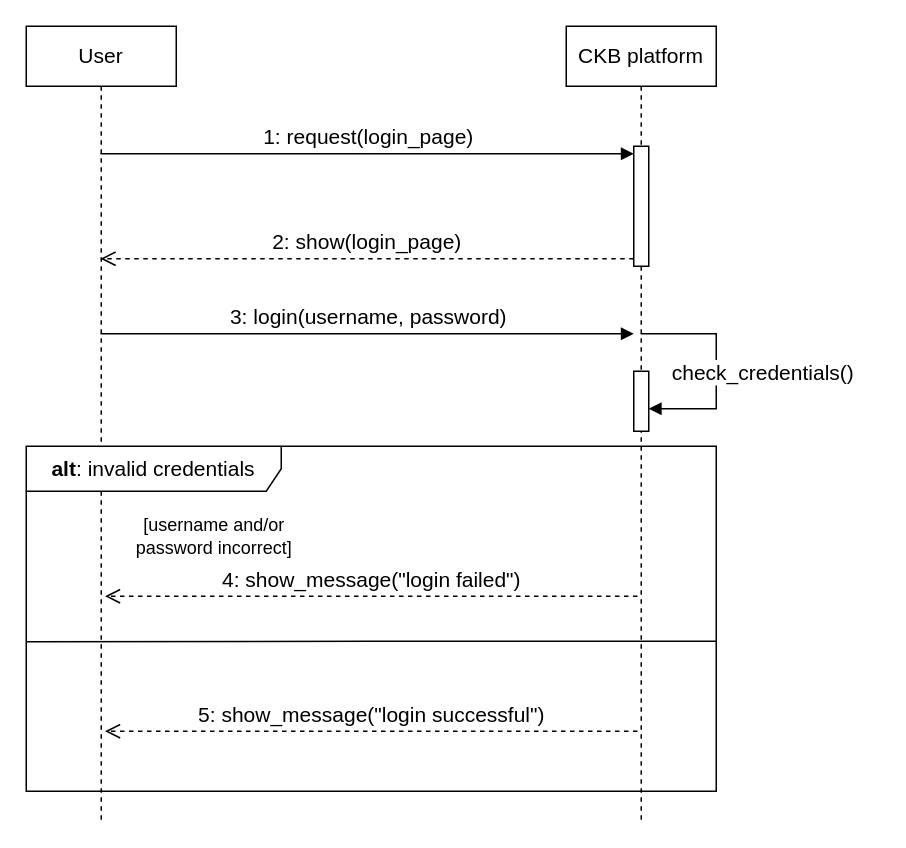
Earlier version of the draw.io diagram page "Log in" (2 of 19) of diagrams/sequence diagrams/sequence_diagrams.drawio (mttcrn/software-engineering-II-project). Source tidied: cells renumbered, new cells numbered last; positions are measured from the earlier drawing's top-left corner, leaving out a move shared by most shapes. Both pictures are drawn from the tidied source at 150%, with x=0, y=0 at pixel (26, 26).
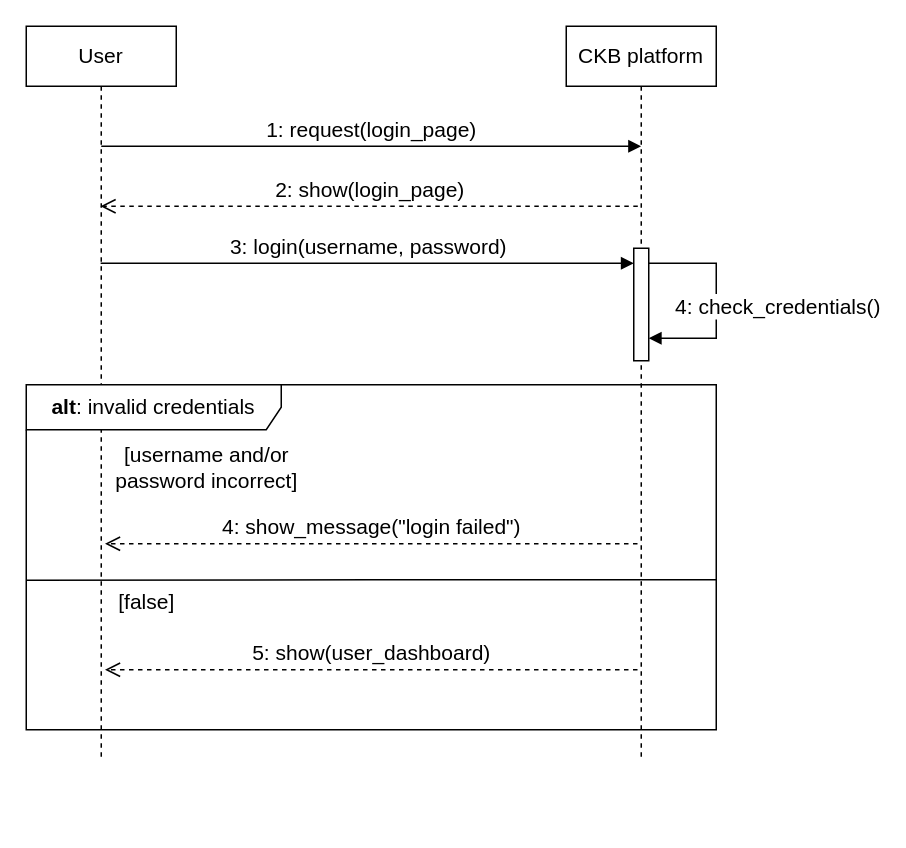
Above is the later version.

What changed in the source:
```diff
@@
     <mxCell id="2" value="User" style="shape=umlLifeline;perimeter=lifelinePerimeter;whiteSpace=wrap;html=1;outlineConnect=0;portConstraint=eastwest;newEdgeStyle={&quot;edgeStyle&quot;:&quot;elbowEdgeStyle&quot;,&quot;elbow&quot;:&quot;vertical&quot;,&quot;curved&quot;:0,&quot;rounded&quot;:0};fontSize=14;" parent="1" vertex="1">
-      <mxGeometry width="100" height="530" as="geometry" />
+      <mxGeometry width="100" height="490" as="geometry" />
     </mxCell>
     <mxCell id="3" value="CKB platform" style="shape=umlLifeline;perimeter=lifelinePerimeter;whiteSpace=wrap;html=1;newEdgeStyle={&quot;edgeStyle&quot;:&quot;elbowEdgeStyle&quot;,&quot;elbow&quot;:&quot;vertical&quot;,&quot;curved&quot;:0,&quot;rounded&quot;:0};fontSize=14;" parent="1" vertex="1">
-      <mxGeometry x="360" width="100" height="530" as="geometry" />
+      <mxGeometry x="360" width="100" height="490" as="geometry" />
     </mxCell>
-    <mxCell id="4" style="html=1;points=[[0,0,0,0,5],[0,1,0,0,-5],[1,0,0,0,5],[1,1,0,0,-5]];perimeter=orthogonalPerimeter;outlineConnect=0;targetShapes=umlLifeline;portConstraint=eastwest;newEdgeStyle={&quot;curved&quot;:0,&quot;rounded&quot;:0};fontSize=14;" parent="3" vertex="1">
-      <mxGeometry x="45" y="80" width="10" height="80" as="geometry" />
-    </mxCell>
     <mxCell id="5" style="html=1;points=[[0,0,0,0,5],[0,1,0,0,-5],[1,0,0,0,5],[1,1,0,0,-5]];perimeter=orthogonalPerimeter;outlineConnect=0;targetShapes=umlLifeline;portConstraint=eastwest;newEdgeStyle={&quot;curved&quot;:0,&quot;rounded&quot;:0};fontSize=14;" parent="3" vertex="1">
-      <mxGeometry x="45" y="230" width="10" height="40" as="geometry" />
+      <mxGeometry x="45" y="148" width="10" height="75" as="geometry" />
     </mxCell>
-    <mxCell id="6" style="html=1;align=left;spacingLeft=2;endArrow=block;rounded=0;edgeStyle=orthogonalEdgeStyle;curved=0;rounded=0;fontSize=14;" parent="3" edge="1">
+    <mxCell id="6" style="html=1;align=left;spacingLeft=2;endArrow=block;rounded=0;edgeStyle=orthogonalEdgeStyle;curved=0;rounded=0;fontSize=14;" parent="3" edge="1" source="5">
       <mxGeometry relative="1" as="geometry">
-        <mxPoint x="49.6" y="205" as="sourcePoint" />
-        <mxPoint x="55" y="255" as="targetPoint" />
+        <mxPoint x="55" y="208" as="targetPoint" />
         <Array as="points">
-          <mxPoint x="100" y="205" />
-          <mxPoint x="100" y="255" />
+          <mxPoint x="100" y="158" />
+          <mxPoint x="100" y="208" />
         </Array>
       </mxGeometry>
     </mxCell>
-    <mxCell id="7" value="check_credentials()" style="edgeLabel;html=1;align=center;verticalAlign=middle;fontSize=14;" parent="6" vertex="1">
+    <mxCell id="7" value="4: check_credentials()" style="edgeLabel;html=1;align=center;verticalAlign=middle;fontSize=14;" parent="6" vertex="1">
       <mxGeometry x="-0.04" y="2" relative="1" as="geometry">
-        <mxPoint x="28" y="6" as="offset" />
+        <mxPoint x="38" y="6" as="offset" />
       </mxGeometry>
     </mxCell>
+    <mxCell id="10" value="3: login(username, password)" style="html=1;verticalAlign=bottom;endArrow=block;curved=0;rounded=0;entryX=0;entryY=0;entryDx=0;entryDy=5;fontSize=14;" parent="3" edge="1">
+      <mxGeometry relative="1" as="geometry">
+        <mxPoint x="-310.4" y="158" as="sourcePoint" />
+        <mxPoint x="45" y="158" as="targetPoint" />
+      </mxGeometry>
+    </mxCell>
-    <mxCell id="8" value="1: request(login_page)" style="html=1;verticalAlign=bottom;endArrow=block;curved=0;rounded=0;entryX=0;entryY=0;entryDx=0;entryDy=5;fontSize=14;" parent="1" edge="1" source="2" target="4">
-      <mxGeometry relative="1" as="geometry" />
+    <mxCell id="8" value="1: request(login_page)" style="html=1;verticalAlign=bottom;endArrow=block;curved=0;rounded=0;fontSize=14;" parent="1" edge="1">
+      <mxGeometry relative="1" as="geometry">
+        <mxPoint x="50" y="80" as="sourcePoint" />
+        <mxPoint x="409.9" y="80" as="targetPoint" />
+      </mxGeometry>
     </mxCell>
-    <mxCell id="9" value="2: show(login_page)" style="html=1;verticalAlign=bottom;endArrow=open;dashed=1;endSize=8;curved=0;rounded=0;exitX=0;exitY=1;exitDx=0;exitDy=-5;fontSize=14;" parent="1" edge="1" source="4" target="2">
-      <mxGeometry relative="1" as="geometry" />
+    <mxCell id="9" value="2: show(login_page)" style="html=1;verticalAlign=bottom;endArrow=open;dashed=1;endSize=8;curved=0;rounded=0;exitX=0;exitY=1;exitDx=0;exitDy=-5;fontSize=14;" parent="1" edge="1" target="2">
+      <mxGeometry relative="1" as="geometry">
+        <mxPoint x="407.7" y="120" as="sourcePoint" />
+      </mxGeometry>
     </mxCell>
-    <mxCell id="10" value="3: login(username, password)" style="html=1;verticalAlign=bottom;endArrow=block;curved=0;rounded=0;entryX=0;entryY=0;entryDx=0;entryDy=5;fontSize=14;" parent="1" edge="1" source="2">
-      <mxGeometry relative="1" as="geometry">
-        <mxPoint x="405" y="205" as="targetPoint" />
-      </mxGeometry>
-    </mxCell>
     <mxCell id="11" value="4: show_message(&quot;login failed&quot;)" style="html=1;verticalAlign=bottom;endArrow=open;dashed=1;endSize=8;curved=0;rounded=0;exitX=0;exitY=1;exitDx=0;exitDy=-5;fontSize=14;" parent="1" edge="1">
       <mxGeometry relative="1" as="geometry">
-        <mxPoint x="407.5" y="380" as="sourcePoint" />
-        <mxPoint x="52.5" y="380" as="targetPoint" />
+        <mxPoint x="407.5" y="345" as="sourcePoint" />
+        <mxPoint x="52.5" y="345" as="targetPoint" />
       </mxGeometry>
     </mxCell>
-    <mxCell id="12" value="[username and/or &lt;br&gt;password incorrect]" style="text;html=1;align=center;verticalAlign=middle;strokeColor=none;fillColor=none;" parent="1" vertex="1">
-      <mxGeometry x="60" y="320" width="130" height="40" as="geometry" />
+    <mxCell id="12" value="&lt;font style=&quot;font-size: 14px;&quot;&gt;[username and/or &lt;br&gt;password incorrect]&lt;/font&gt;" style="text;html=1;align=center;verticalAlign=middle;strokeColor=none;fillColor=none;" parent="1" vertex="1">
+      <mxGeometry x="50" y="269" width="140" height="50" as="geometry" />
     </mxCell>
     <mxCell id="13" value="&lt;b style=&quot;font-size: 14px;&quot;&gt;alt&lt;/b&gt;: invalid credentials" style="shape=umlFrame;whiteSpace=wrap;html=1;width=170;height=30;fontSize=14;" parent="1" vertex="1">
-      <mxGeometry y="280" width="460" height="230" as="geometry" />
+      <mxGeometry y="239" width="460" height="230" as="geometry" />
     </mxCell>
     <mxCell id="14" style="endArrow=none;html=1;rounded=0;entryX=1;entryY=0.57;entryDx=0;entryDy=0;entryPerimeter=0;" parent="1" edge="1">
       <mxGeometry relative="1" as="geometry">
-        <mxPoint y="410.3" as="sourcePoint" />
-        <mxPoint x="460" y="410" as="targetPoint" />
+        <mxPoint y="369.3" as="sourcePoint" />
+        <mxPoint x="460" y="369" as="targetPoint" />
         <Array as="points">
-          <mxPoint x="230" y="410" />
+          <mxPoint x="230" y="369" />
         </Array>
       </mxGeometry>
     </mxCell>
-    <mxCell id="15" value="5: show_message(&quot;login successful&quot;)" style="html=1;verticalAlign=bottom;endArrow=open;dashed=1;endSize=8;curved=0;rounded=0;exitX=0;exitY=1;exitDx=0;exitDy=-5;fontSize=14;" parent="1" edge="1">
+    <mxCell id="15" value="5: show(user_dashboard)" style="html=1;verticalAlign=bottom;endArrow=open;dashed=1;endSize=8;curved=0;rounded=0;exitX=0;exitY=1;exitDx=0;exitDy=-5;fontSize=14;" parent="1" edge="1">
       <mxGeometry relative="1" as="geometry">
-        <mxPoint x="407.5" y="470" as="sourcePoint" />
-        <mxPoint x="52.5" y="470" as="targetPoint" />
+        <mxPoint x="407.5" y="429" as="sourcePoint" />
+        <mxPoint x="52.5" y="429" as="targetPoint" />
       </mxGeometry>
     </mxCell>
+    <mxCell id="16" value="&lt;span style=&quot;font-size: 14px;&quot;&gt;[false]&lt;/span&gt;" style="text;html=1;align=center;verticalAlign=middle;strokeColor=none;fillColor=none;fontSize=14;" parent="1" vertex="1">
+      <mxGeometry x="50" y="369" width="60" height="30" as="geometry" />
+    </mxCell>
```
